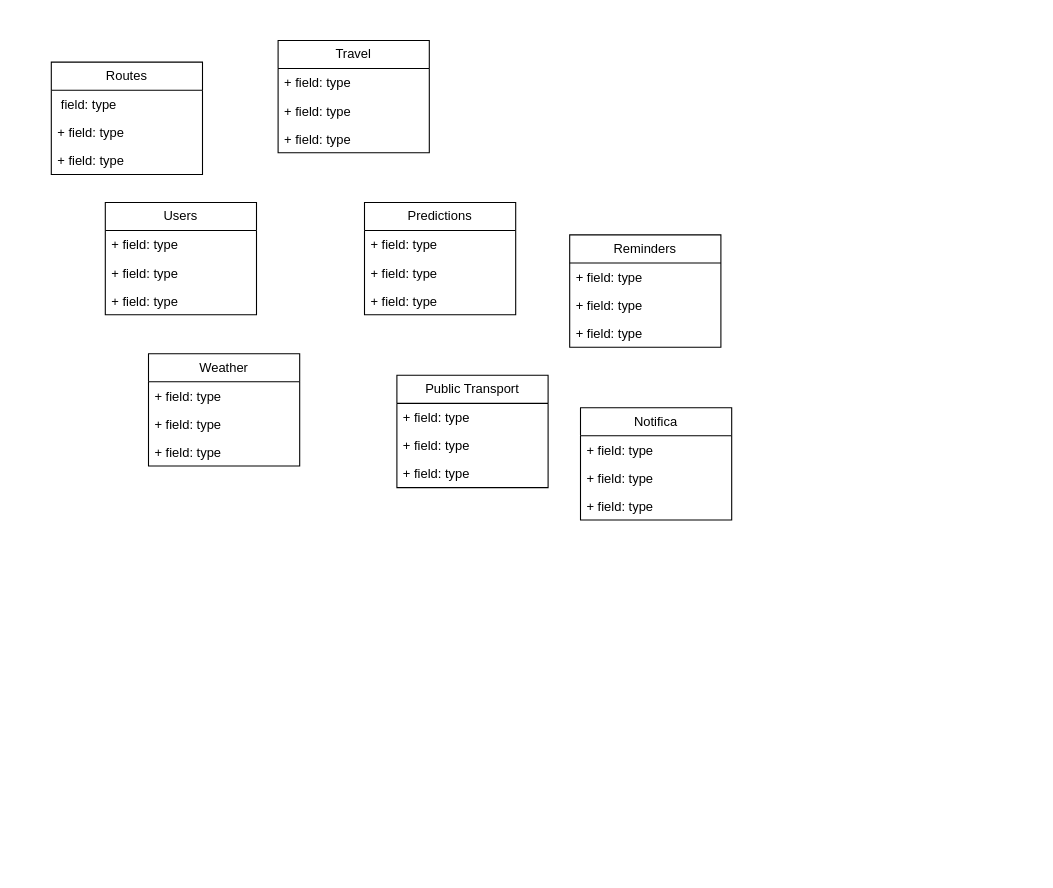
jjjandib6013/IT-IMDBSYS31 keeps this draw.io diagram as erdVer2.drawio. Above is the earlier version. Source tidied: cells renumbered, new cells numbered last; positions are measured from the earlier drawing's top-left corner, leaving out a move shared by most shapes. Both pictures are drawn from the tidied source at 108%, with x=0, y=0 at pixel (51, 40).
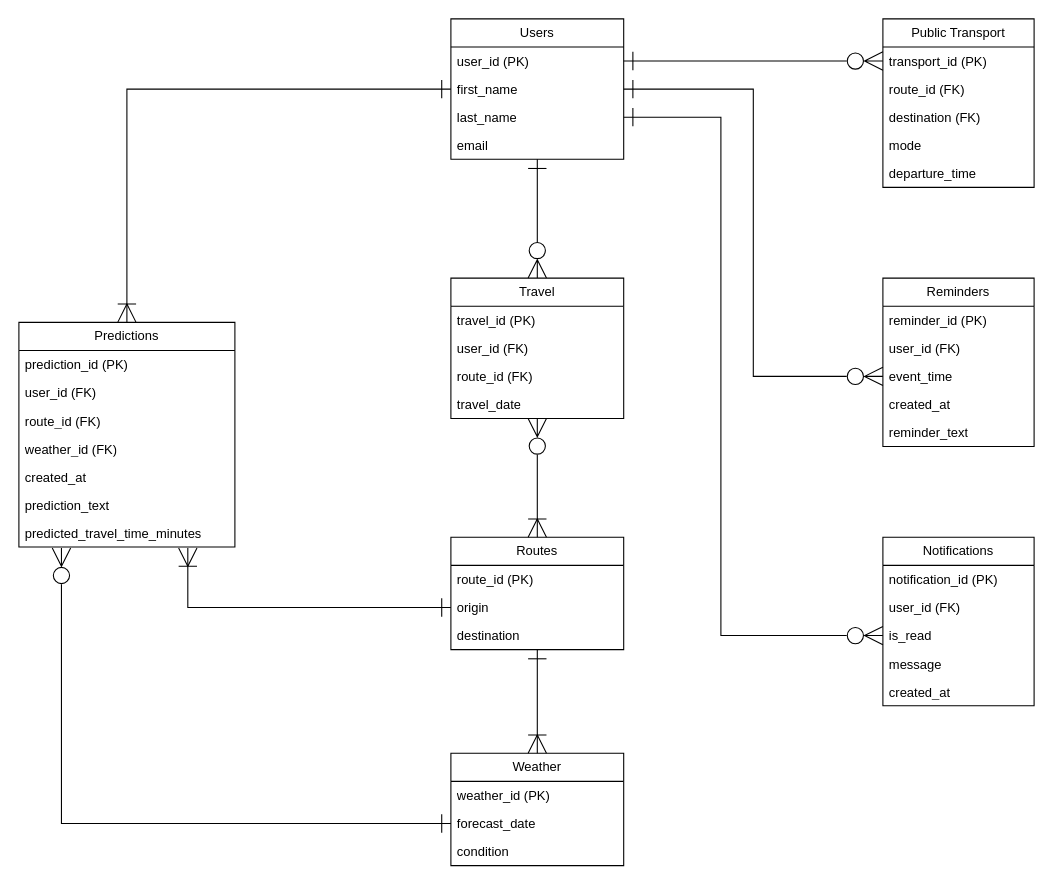
The same diagram, later.

The edit, as a diff of the source:
```diff
@@
-    <mxCell id="2" value="Users" style="swimlane;fontStyle=0;horizontal=1;startSize=26;fillColor=none;whiteSpace=wrap;html=1;" parent="1" vertex="1">
-      <mxGeometry x="50" y="150" width="140" height="104" as="geometry" />
-    </mxCell>
-    <mxCell id="3" value="+ field: type" style="text;strokeColor=none;fillColor=none;align=left;verticalAlign=top;spacingLeft=4;spacingRight=4;overflow=hidden;points=[[0,0.5],[1,0.5]];portConstraint=eastwest;whiteSpace=wrap;html=1;" parent="2" vertex="1">
-      <mxGeometry y="26" width="140" height="26" as="geometry" />
-    </mxCell>
-    <mxCell id="4" value="+ field: type" style="text;strokeColor=none;fillColor=none;align=left;verticalAlign=top;spacingLeft=4;spacingRight=4;overflow=hidden;points=[[0,0.5],[1,0.5]];portConstraint=eastwest;whiteSpace=wrap;html=1;" parent="2" vertex="1">
-      <mxGeometry y="52" width="140" height="26" as="geometry" />
-    </mxCell>
-    <mxCell id="5" value="+ field: type" style="text;strokeColor=none;fillColor=none;align=left;verticalAlign=top;spacingLeft=4;spacingRight=4;overflow=hidden;points=[[0,0.5],[1,0.5]];portConstraint=eastwest;whiteSpace=wrap;html=1;" parent="2" vertex="1">
-      <mxGeometry y="78" width="140" height="26" as="geometry" />
-    </mxCell>
+    <mxCell id="34" style="edgeStyle=orthogonalEdgeStyle;rounded=0;jettySize=auto;html=1;entryX=0;entryY=0.5;entryDx=0;entryDy=0;startArrow=ERoneToMany;startFill=0;endArrow=ERone;endFill=0;startSize=15;endSize=15;" parent="1" edge="1" source="6" target="4">
+      <mxGeometry relative="1" as="geometry" />
+    </mxCell>
     <mxCell id="6" value="Predictions" style="swimlane;fontStyle=0;horizontal=1;startSize=26;fillColor=none;whiteSpace=wrap;html=1;" parent="1" vertex="1">
-      <mxGeometry x="290" y="150" width="140" height="104" as="geometry" />
+      <mxGeometry x="-30" y="261" width="200" height="208" as="geometry" />
     </mxCell>
-    <mxCell id="7" value="+ field: type" style="text;strokeColor=none;fillColor=none;align=left;verticalAlign=top;spacingLeft=4;spacingRight=4;overflow=hidden;whiteSpace=wrap;html=1;" parent="6" vertex="1">
-      <mxGeometry y="26" width="140" height="26" as="geometry" />
+    <mxCell id="7" value="prediction_id (PK)" style="text;strokeColor=none;fillColor=none;align=left;verticalAlign=top;spacingLeft=4;spacingRight=4;overflow=hidden;whiteSpace=wrap;html=1;" parent="6" vertex="1">
+      <mxGeometry y="26" width="200" height="26" as="geometry" />
     </mxCell>
-    <mxCell id="8" value="+ field: type" style="text;strokeColor=none;fillColor=none;align=left;verticalAlign=top;spacingLeft=4;spacingRight=4;overflow=hidden;whiteSpace=wrap;html=1;" parent="6" vertex="1">
-      <mxGeometry y="52" width="140" height="26" as="geometry" />
+    <mxCell id="8" value="user_id (FK)" style="text;strokeColor=none;fillColor=none;align=left;verticalAlign=top;spacingLeft=4;spacingRight=4;overflow=hidden;whiteSpace=wrap;html=1;" parent="6" vertex="1">
+      <mxGeometry y="52" width="200" height="26" as="geometry" />
     </mxCell>
-    <mxCell id="9" value="+ field: type" style="text;strokeColor=none;fillColor=none;align=left;verticalAlign=top;spacingLeft=4;spacingRight=4;overflow=hidden;whiteSpace=wrap;html=1;" parent="6" vertex="1">
-      <mxGeometry y="78" width="140" height="26" as="geometry" />
+    <mxCell id="9" value="route_id (FK)" style="text;strokeColor=none;fillColor=none;align=left;verticalAlign=top;spacingLeft=4;spacingRight=4;overflow=hidden;whiteSpace=wrap;html=1;" parent="6" vertex="1">
+      <mxGeometry y="78" width="200" height="26" as="geometry" />
     </mxCell>
+    <mxCell id="35" value="weather_id (FK)" style="text;strokeColor=none;fillColor=none;align=left;verticalAlign=top;spacingLeft=4;spacingRight=4;overflow=hidden;whiteSpace=wrap;html=1;" parent="6" vertex="1">
+      <mxGeometry y="104" width="200" height="26" as="geometry" />
+    </mxCell>
+    <mxCell id="36" value="created_at" style="text;strokeColor=none;fillColor=none;align=left;verticalAlign=top;spacingLeft=4;spacingRight=4;overflow=hidden;whiteSpace=wrap;html=1;" parent="6" vertex="1">
+      <mxGeometry y="130" width="200" height="26" as="geometry" />
+    </mxCell>
+    <mxCell id="37" value="prediction_text" style="text;strokeColor=none;fillColor=none;align=left;verticalAlign=top;spacingLeft=4;spacingRight=4;overflow=hidden;whiteSpace=wrap;html=1;" parent="6" vertex="1">
+      <mxGeometry y="156" width="200" height="26" as="geometry" />
+    </mxCell>
+    <mxCell id="38" value="predicted_travel_time_minutes" style="text;strokeColor=none;fillColor=none;align=left;verticalAlign=top;spacingLeft=4;spacingRight=4;overflow=hidden;points=[[0,0.5],[1,0.5]];portConstraint=eastwest;whiteSpace=wrap;html=1;" parent="6" vertex="1">
+      <mxGeometry y="182" width="200" height="26" as="geometry" />
+    </mxCell>
+    <mxCell id="39" style="edgeStyle=orthogonalEdgeStyle;rounded=0;jettySize=auto;html=1;entryX=0.5;entryY=0;entryDx=0;entryDy=0;startArrow=ERzeroToMany;startFill=0;endArrow=ERoneToMany;endFill=0;startSize=15;endSize=15;" parent="1" edge="1" source="10" target="14">
+      <mxGeometry relative="1" as="geometry" />
+    </mxCell>
     <mxCell id="10" value="Travel" style="swimlane;fontStyle=0;horizontal=1;startSize=26;fillColor=none;whiteSpace=wrap;html=1;" parent="1" vertex="1">
-      <mxGeometry x="210" width="140" height="104" as="geometry" />
+      <mxGeometry x="370" y="220" width="160" height="130" as="geometry" />
     </mxCell>
-    <mxCell id="11" value="+ field: type" style="text;strokeColor=none;fillColor=none;align=left;verticalAlign=top;spacingLeft=4;spacingRight=4;overflow=hidden;whiteSpace=wrap;html=1;" parent="10" vertex="1">
-      <mxGeometry y="26" width="140" height="26" as="geometry" />
+    <mxCell id="11" value="travel_id (PK)" style="text;strokeColor=none;fillColor=none;align=left;verticalAlign=top;spacingLeft=4;spacingRight=4;overflow=hidden;whiteSpace=wrap;html=1;" parent="10" vertex="1">
+      <mxGeometry y="26" width="160" height="26" as="geometry" />
     </mxCell>
-    <mxCell id="12" value="+ field: type" style="text;strokeColor=none;fillColor=none;align=left;verticalAlign=top;spacingLeft=4;spacingRight=4;overflow=hidden;whiteSpace=wrap;html=1;" parent="10" vertex="1">
-      <mxGeometry y="52" width="140" height="26" as="geometry" />
+    <mxCell id="12" value="user_id (FK)" style="text;strokeColor=none;fillColor=none;align=left;verticalAlign=top;spacingLeft=4;spacingRight=4;overflow=hidden;whiteSpace=wrap;html=1;" parent="10" vertex="1">
+      <mxGeometry y="52" width="160" height="26" as="geometry" />
     </mxCell>
-    <mxCell id="13" value="+ field: type" style="text;strokeColor=none;fillColor=none;align=left;verticalAlign=top;spacingLeft=4;spacingRight=4;overflow=hidden;whiteSpace=wrap;html=1;" parent="10" vertex="1">
-      <mxGeometry y="78" width="140" height="26" as="geometry" />
+    <mxCell id="13" value="route_id (FK)" style="text;strokeColor=none;fillColor=none;align=left;verticalAlign=top;spacingLeft=4;spacingRight=4;overflow=hidden;whiteSpace=wrap;html=1;" parent="10" vertex="1">
+      <mxGeometry y="78" width="160" height="26" as="geometry" />
     </mxCell>
+    <mxCell id="40" value="travel_date" style="text;strokeColor=none;fillColor=none;align=left;verticalAlign=top;spacingLeft=4;spacingRight=4;overflow=hidden;whiteSpace=wrap;html=1;" parent="10" vertex="1">
+      <mxGeometry y="104" width="160" height="26" as="geometry" />
+    </mxCell>
+    <mxCell id="41" style="edgeStyle=orthogonalEdgeStyle;rounded=0;jettySize=auto;html=1;entryX=0.5;entryY=0;entryDx=0;entryDy=0;startArrow=ERone;startFill=0;endArrow=ERoneToMany;endFill=0;startSize=15;endSize=15;" parent="1" edge="1" source="14" target="18">
+      <mxGeometry relative="1" as="geometry" />
+    </mxCell>
     <mxCell id="14" value="Routes" style="swimlane;fontStyle=0;horizontal=1;startSize=26;fillColor=none;whiteSpace=wrap;html=1;" parent="1" vertex="1">
-      <mxGeometry y="20" width="140" height="104" as="geometry" />
+      <mxGeometry x="370" y="460" width="160" height="104" as="geometry" />
     </mxCell>
-    <mxCell id="15" value="&amp;nbsp;field: type" style="text;strokeColor=none;fillColor=none;align=left;verticalAlign=top;spacingLeft=4;spacingRight=4;overflow=hidden;whiteSpace=wrap;html=1;" parent="14" vertex="1">
-      <mxGeometry y="26" width="140" height="26" as="geometry" />
-    </mxCell>
-    <mxCell id="16" value="+ field: type" style="text;strokeColor=none;fillColor=none;align=left;verticalAlign=top;spacingLeft=4;spacingRight=4;overflow=hidden;whiteSpace=wrap;html=1;" parent="14" vertex="1">
-      <mxGeometry y="52" width="140" height="26" as="geometry" />
-    </mxCell>
-    <mxCell id="17" value="+ field: type" style="text;strokeColor=none;fillColor=none;align=left;verticalAlign=top;spacingLeft=4;spacingRight=4;overflow=hidden;whiteSpace=wrap;html=1;" parent="14" vertex="1">
-      <mxGeometry y="78" width="140" height="26" as="geometry" />
+    <mxCell id="17" value="route_id (PK)" style="text;strokeColor=none;fillColor=none;align=left;verticalAlign=top;spacingLeft=4;spacingRight=4;overflow=hidden;whiteSpace=wrap;html=1;" parent="14" vertex="1">
+      <mxGeometry y="26" width="160" height="26" as="geometry" />
     </mxCell>
+    <mxCell id="42" value="origin" style="text;strokeColor=none;fillColor=none;align=left;verticalAlign=top;spacingLeft=4;spacingRight=4;overflow=hidden;points=[[0,0.5],[1,0.5]];portConstraint=eastwest;whiteSpace=wrap;html=1;" parent="14" vertex="1">
+      <mxGeometry y="52" width="160" height="26" as="geometry" />
+    </mxCell>
+    <mxCell id="43" value="destination" style="text;strokeColor=none;fillColor=none;align=left;verticalAlign=top;spacingLeft=4;spacingRight=4;overflow=hidden;whiteSpace=wrap;html=1;" parent="14" vertex="1">
+      <mxGeometry y="78" width="160" height="26" as="geometry" />
+    </mxCell>
     <mxCell id="18" value="Weather" style="swimlane;fontStyle=0;horizontal=1;startSize=26;fillColor=none;whiteSpace=wrap;html=1;" parent="1" vertex="1">
-      <mxGeometry x="90" y="290" width="140" height="104" as="geometry" />
+      <mxGeometry x="370" y="660" width="160" height="104" as="geometry" />
     </mxCell>
-    <mxCell id="19" value="+ field: type" style="text;strokeColor=none;fillColor=none;align=left;verticalAlign=top;spacingLeft=4;spacingRight=4;overflow=hidden;whiteSpace=wrap;html=1;" parent="18" vertex="1">
-      <mxGeometry y="26" width="140" height="26" as="geometry" />
+    <mxCell id="19" value="weather_id (PK)" style="text;strokeColor=none;fillColor=none;align=left;verticalAlign=top;spacingLeft=4;spacingRight=4;overflow=hidden;whiteSpace=wrap;html=1;" parent="18" vertex="1">
+      <mxGeometry y="26" width="160" height="26" as="geometry" />
     </mxCell>
-    <mxCell id="20" value="+ field: type" style="text;strokeColor=none;fillColor=none;align=left;verticalAlign=top;spacingLeft=4;spacingRight=4;overflow=hidden;points=[[0,0.5],[1,0.5]];portConstraint=eastwest;whiteSpace=wrap;html=1;" parent="18" vertex="1">
-      <mxGeometry y="52" width="140" height="26" as="geometry" />
+    <mxCell id="20" value="forecast_date" style="text;strokeColor=none;fillColor=none;align=left;verticalAlign=top;spacingLeft=4;spacingRight=4;overflow=hidden;points=[[0,0.5],[1,0.5]];portConstraint=eastwest;whiteSpace=wrap;html=1;" parent="18" vertex="1">
+      <mxGeometry y="52" width="160" height="26" as="geometry" />
     </mxCell>
-    <mxCell id="21" value="+ field: type" style="text;strokeColor=none;fillColor=none;align=left;verticalAlign=top;spacingLeft=4;spacingRight=4;overflow=hidden;whiteSpace=wrap;html=1;" parent="18" vertex="1">
-      <mxGeometry y="78" width="140" height="26" as="geometry" />
+    <mxCell id="21" value="condition" style="text;strokeColor=none;fillColor=none;align=left;verticalAlign=top;spacingLeft=4;spacingRight=4;overflow=hidden;whiteSpace=wrap;html=1;" parent="18" vertex="1">
+      <mxGeometry y="78" width="160" height="26" as="geometry" />
     </mxCell>
     <mxCell id="22" value="Public Transport" style="swimlane;fontStyle=0;horizontal=1;startSize=26;fillColor=none;whiteSpace=wrap;html=1;" parent="1" vertex="1">
-      <mxGeometry x="320" y="310" width="140" height="104" as="geometry" />
+      <mxGeometry x="770" y="-20" width="140" height="156" as="geometry" />
     </mxCell>
-    <mxCell id="23" value="+ field: type" style="text;strokeColor=none;fillColor=none;align=left;verticalAlign=top;spacingLeft=4;spacingRight=4;overflow=hidden;points=[[0,0.5],[1,0.5]];portConstraint=eastwest;whiteSpace=wrap;html=1;" parent="22" vertex="1">
+    <mxCell id="23" value="transport_id (PK)" style="text;strokeColor=none;fillColor=none;align=left;verticalAlign=top;spacingLeft=4;spacingRight=4;overflow=hidden;points=[[0,0.5],[1,0.5]];portConstraint=eastwest;whiteSpace=wrap;html=1;" parent="22" vertex="1">
       <mxGeometry y="26" width="140" height="26" as="geometry" />
     </mxCell>
-    <mxCell id="24" value="+ field: type" style="text;strokeColor=none;fillColor=none;align=left;verticalAlign=top;spacingLeft=4;spacingRight=4;overflow=hidden;whiteSpace=wrap;html=1;" parent="22" vertex="1">
+    <mxCell id="24" value="route_id (FK)" style="text;strokeColor=none;fillColor=none;align=left;verticalAlign=top;spacingLeft=4;spacingRight=4;overflow=hidden;whiteSpace=wrap;html=1;" parent="22" vertex="1">
       <mxGeometry y="52" width="140" height="26" as="geometry" />
     </mxCell>
-    <mxCell id="25" value="+ field: type" style="text;strokeColor=none;fillColor=none;align=left;verticalAlign=top;spacingLeft=4;spacingRight=4;overflow=hidden;whiteSpace=wrap;html=1;" parent="22" vertex="1">
+    <mxCell id="25" value="destination (FK)" style="text;strokeColor=none;fillColor=none;align=left;verticalAlign=top;spacingLeft=4;spacingRight=4;overflow=hidden;whiteSpace=wrap;html=1;" parent="22" vertex="1">
       <mxGeometry y="78" width="140" height="26" as="geometry" />
     </mxCell>
+    <mxCell id="44" value="mode" style="text;strokeColor=none;fillColor=none;align=left;verticalAlign=top;spacingLeft=4;spacingRight=4;overflow=hidden;whiteSpace=wrap;html=1;" parent="22" vertex="1">
+      <mxGeometry y="104" width="140" height="26" as="geometry" />
+    </mxCell>
+    <mxCell id="45" value="departure_time" style="text;strokeColor=none;fillColor=none;align=left;verticalAlign=top;spacingLeft=4;spacingRight=4;overflow=hidden;whiteSpace=wrap;html=1;" parent="22" vertex="1">
+      <mxGeometry y="130" width="140" height="26" as="geometry" />
+    </mxCell>
     <mxCell id="26" value="Reminders" style="swimlane;fontStyle=0;horizontal=1;startSize=26;fillColor=none;whiteSpace=wrap;html=1;" parent="1" vertex="1">
-      <mxGeometry x="480" y="180" width="140" height="104" as="geometry" />
+      <mxGeometry x="770" y="220" width="140" height="156" as="geometry" />
     </mxCell>
-    <mxCell id="27" value="+ field: type" style="text;strokeColor=none;fillColor=none;align=left;verticalAlign=top;spacingLeft=4;spacingRight=4;overflow=hidden;whiteSpace=wrap;html=1;" parent="26" vertex="1">
+    <mxCell id="27" value="reminder_id (PK)" style="text;strokeColor=none;fillColor=none;align=left;verticalAlign=top;spacingLeft=4;spacingRight=4;overflow=hidden;whiteSpace=wrap;html=1;" parent="26" vertex="1">
       <mxGeometry y="26" width="140" height="26" as="geometry" />
     </mxCell>
-    <mxCell id="28" value="+ field: type" style="text;strokeColor=none;fillColor=none;align=left;verticalAlign=top;spacingLeft=4;spacingRight=4;overflow=hidden;whiteSpace=wrap;html=1;" parent="26" vertex="1">
+    <mxCell id="28" value="user_id (FK)" style="text;strokeColor=none;fillColor=none;align=left;verticalAlign=top;spacingLeft=4;spacingRight=4;overflow=hidden;whiteSpace=wrap;html=1;" parent="26" vertex="1">
       <mxGeometry y="52" width="140" height="26" as="geometry" />
     </mxCell>
-    <mxCell id="29" value="+ field: type" style="text;strokeColor=none;fillColor=none;align=left;verticalAlign=top;spacingLeft=4;spacingRight=4;overflow=hidden;points=[[0,0.5],[1,0.5]];portConstraint=eastwest;whiteSpace=wrap;html=1;" parent="26" vertex="1">
+    <mxCell id="29" value="event_time" style="text;strokeColor=none;fillColor=none;align=left;verticalAlign=top;spacingLeft=4;spacingRight=4;overflow=hidden;points=[[0,0.5],[1,0.5]];portConstraint=eastwest;whiteSpace=wrap;html=1;" parent="26" vertex="1">
       <mxGeometry y="78" width="140" height="26" as="geometry" />
     </mxCell>
+    <mxCell id="46" value="created_at" style="text;strokeColor=none;fillColor=none;align=left;verticalAlign=top;spacingLeft=4;spacingRight=4;overflow=hidden;whiteSpace=wrap;html=1;" parent="26" vertex="1">
+      <mxGeometry y="104" width="140" height="26" as="geometry" />
+    </mxCell>
+    <mxCell id="47" value="reminder_text" style="text;strokeColor=none;fillColor=none;align=left;verticalAlign=top;spacingLeft=4;spacingRight=4;overflow=hidden;whiteSpace=wrap;html=1;" parent="26" vertex="1">
+      <mxGeometry y="130" width="140" height="26" as="geometry" />
+    </mxCell>
-    <mxCell id="30" value="Notifica" style="swimlane;fontStyle=0;horizontal=1;startSize=26;fillColor=none;whiteSpace=wrap;html=1;" parent="1" vertex="1">
-      <mxGeometry x="490" y="340" width="140" height="104" as="geometry" />
+    <mxCell id="30" value="Notifications" style="swimlane;fontStyle=0;horizontal=1;startSize=26;fillColor=none;whiteSpace=wrap;html=1;" parent="1" vertex="1">
+      <mxGeometry x="770" y="460" width="140" height="156" as="geometry" />
     </mxCell>
-    <mxCell id="31" value="+ field: type" style="text;strokeColor=none;fillColor=none;align=left;verticalAlign=top;spacingLeft=4;spacingRight=4;overflow=hidden;whiteSpace=wrap;html=1;" parent="30" vertex="1">
+    <mxCell id="31" value="notification_id (PK)" style="text;strokeColor=none;fillColor=none;align=left;verticalAlign=top;spacingLeft=4;spacingRight=4;overflow=hidden;whiteSpace=wrap;html=1;" parent="30" vertex="1">
       <mxGeometry y="26" width="140" height="26" as="geometry" />
     </mxCell>
-    <mxCell id="32" value="+ field: type" style="text;strokeColor=none;fillColor=none;align=left;verticalAlign=top;spacingLeft=4;spacingRight=4;overflow=hidden;whiteSpace=wrap;html=1;" parent="30" vertex="1">
+    <mxCell id="32" value="user_id (FK)" style="text;strokeColor=none;fillColor=none;align=left;verticalAlign=top;spacingLeft=4;spacingRight=4;overflow=hidden;whiteSpace=wrap;html=1;" parent="30" vertex="1">
       <mxGeometry y="52" width="140" height="26" as="geometry" />
     </mxCell>
-    <mxCell id="33" value="+ field: type" style="text;strokeColor=none;fillColor=none;align=left;verticalAlign=top;spacingLeft=4;spacingRight=4;overflow=hidden;points=[[0,0.5],[1,0.5]];portConstraint=eastwest;whiteSpace=wrap;html=1;" parent="30" vertex="1">
+    <mxCell id="33" value="is_read" style="text;strokeColor=none;fillColor=none;align=left;verticalAlign=top;spacingLeft=4;spacingRight=4;overflow=hidden;points=[[0,0.5],[1,0.5]];portConstraint=eastwest;whiteSpace=wrap;html=1;" parent="30" vertex="1">
       <mxGeometry y="78" width="140" height="26" as="geometry" />
     </mxCell>
+    <mxCell id="48" value="message" style="text;strokeColor=none;fillColor=none;align=left;verticalAlign=top;spacingLeft=4;spacingRight=4;overflow=hidden;whiteSpace=wrap;html=1;" parent="30" vertex="1">
+      <mxGeometry y="104" width="140" height="26" as="geometry" />
+    </mxCell>
+    <mxCell id="49" value="created_at" style="text;strokeColor=none;fillColor=none;align=left;verticalAlign=top;spacingLeft=4;spacingRight=4;overflow=hidden;whiteSpace=wrap;html=1;" parent="30" vertex="1">
+      <mxGeometry y="130" width="140" height="26" as="geometry" />
+    </mxCell>
+    <mxCell id="50" style="edgeStyle=orthogonalEdgeStyle;rounded=0;jettySize=auto;html=1;entryX=0.5;entryY=0;entryDx=0;entryDy=0;startArrow=ERone;startFill=0;endArrow=ERzeroToMany;endFill=0;startSize=15;endSize=15;" parent="1" edge="1" source="2" target="10">
+      <mxGeometry relative="1" as="geometry" />
+    </mxCell>
+    <mxCell id="2" value="Users" style="swimlane;fontStyle=0;horizontal=1;startSize=26;fillColor=none;whiteSpace=wrap;html=1;" parent="1" vertex="1">
+      <mxGeometry x="370" y="-20" width="160" height="130" as="geometry" />
+    </mxCell>
+    <mxCell id="3" value="user_id (PK)" style="text;strokeColor=none;fillColor=none;align=left;verticalAlign=top;spacingLeft=4;spacingRight=4;overflow=hidden;points=[[0,0.5],[1,0.5]];portConstraint=eastwest;whiteSpace=wrap;html=1;" parent="2" vertex="1">
+      <mxGeometry y="26" width="160" height="26" as="geometry" />
+    </mxCell>
+    <mxCell id="4" value="first_name" style="text;strokeColor=none;fillColor=none;align=left;verticalAlign=top;spacingLeft=4;spacingRight=4;overflow=hidden;points=[[0,0.5],[1,0.5]];portConstraint=eastwest;whiteSpace=wrap;html=1;" parent="2" vertex="1">
+      <mxGeometry y="52" width="160" height="26" as="geometry" />
+    </mxCell>
+    <mxCell id="5" value="last_name" style="text;strokeColor=none;fillColor=none;align=left;verticalAlign=top;spacingLeft=4;spacingRight=4;overflow=hidden;points=[[0,0.5],[1,0.5]];portConstraint=eastwest;whiteSpace=wrap;html=1;" parent="2" vertex="1">
+      <mxGeometry y="78" width="160" height="26" as="geometry" />
+    </mxCell>
+    <mxCell id="51" value="email" style="text;strokeColor=none;fillColor=none;align=left;verticalAlign=top;spacingLeft=4;spacingRight=4;overflow=hidden;whiteSpace=wrap;html=1;" parent="2" vertex="1">
+      <mxGeometry y="104" width="160" height="26" as="geometry" />
+    </mxCell>
+    <mxCell id="52" style="edgeStyle=orthogonalEdgeStyle;rounded=0;jettySize=auto;html=1;entryX=0.782;entryY=1.033;entryDx=0;entryDy=0;entryPerimeter=0;startArrow=ERone;startFill=0;endArrow=ERoneToMany;endFill=0;startSize=15;endSize=15;exitX=0;exitY=0.5;exitDx=0;exitDy=0;" parent="1" edge="1" source="42" target="38">
+      <mxGeometry relative="1" as="geometry" />
+    </mxCell>
+    <mxCell id="53" style="edgeStyle=orthogonalEdgeStyle;rounded=0;jettySize=auto;html=1;entryX=0.197;entryY=1.033;entryDx=0;entryDy=0;entryPerimeter=0;exitX=0;exitY=0.5;exitDx=0;exitDy=0;startArrow=ERone;startFill=0;endArrow=ERzeroToMany;endFill=0;startSize=15;endSize=15;" parent="1" edge="1" source="20" target="38">
+      <mxGeometry relative="1" as="geometry">
+        <Array as="points">
+          <mxPoint x="9" y="725" />
+        </Array>
+      </mxGeometry>
+    </mxCell>
+    <mxCell id="54" style="edgeStyle=orthogonalEdgeStyle;rounded=0;jettySize=auto;html=1;entryX=1;entryY=0.5;entryDx=0;entryDy=0;startArrow=ERzeroToMany;startFill=0;endArrow=ERone;endFill=0;startSize=15;endSize=15;exitX=0;exitY=0.5;exitDx=0;exitDy=0;" parent="1" edge="1" source="23" target="3">
+      <mxGeometry relative="1" as="geometry" />
+    </mxCell>
+    <mxCell id="55" style="edgeStyle=orthogonalEdgeStyle;rounded=0;jettySize=auto;html=1;exitX=1;exitY=0.5;exitDx=0;exitDy=0;entryX=0;entryY=0.5;entryDx=0;entryDy=0;startArrow=ERone;startFill=0;endArrow=ERzeroToMany;endFill=0;startSize=15;endSize=15;" parent="1" edge="1" source="4" target="29">
+      <mxGeometry relative="1" as="geometry" />
+    </mxCell>
+    <mxCell id="56" style="edgeStyle=orthogonalEdgeStyle;rounded=0;jettySize=auto;html=1;exitX=1;exitY=0.5;exitDx=0;exitDy=0;entryX=0;entryY=0.5;entryDx=0;entryDy=0;startArrow=ERone;startFill=0;endArrow=ERzeroToMany;endFill=0;startSize=15;endSize=15;" parent="1" edge="1" source="5" target="33">
+      <mxGeometry relative="1" as="geometry">
+        <Array as="points">
+          <mxPoint x="620" y="71" />
+          <mxPoint x="620" y="551" />
+        </Array>
+      </mxGeometry>
+    </mxCell>
```
